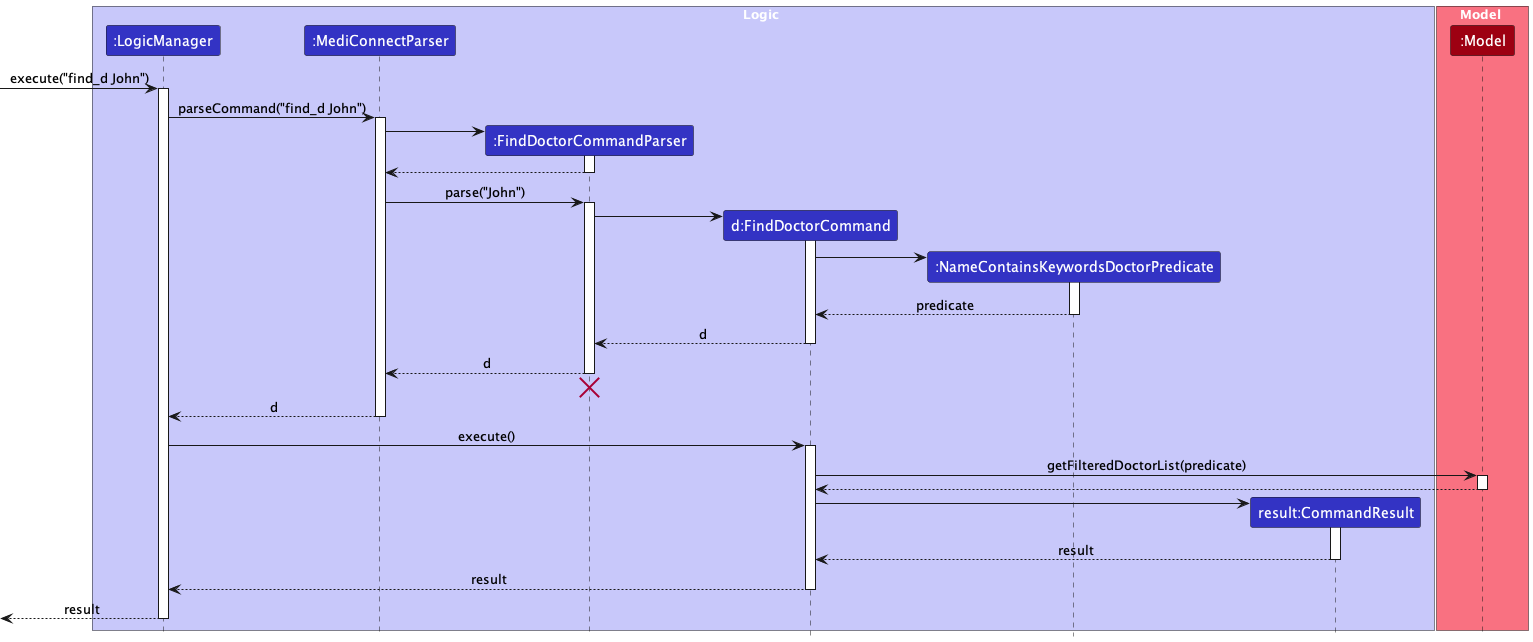
The PlantUML diagram docs/images/FindDoctorSequence.png in yanghengtang/tp, before a commit.
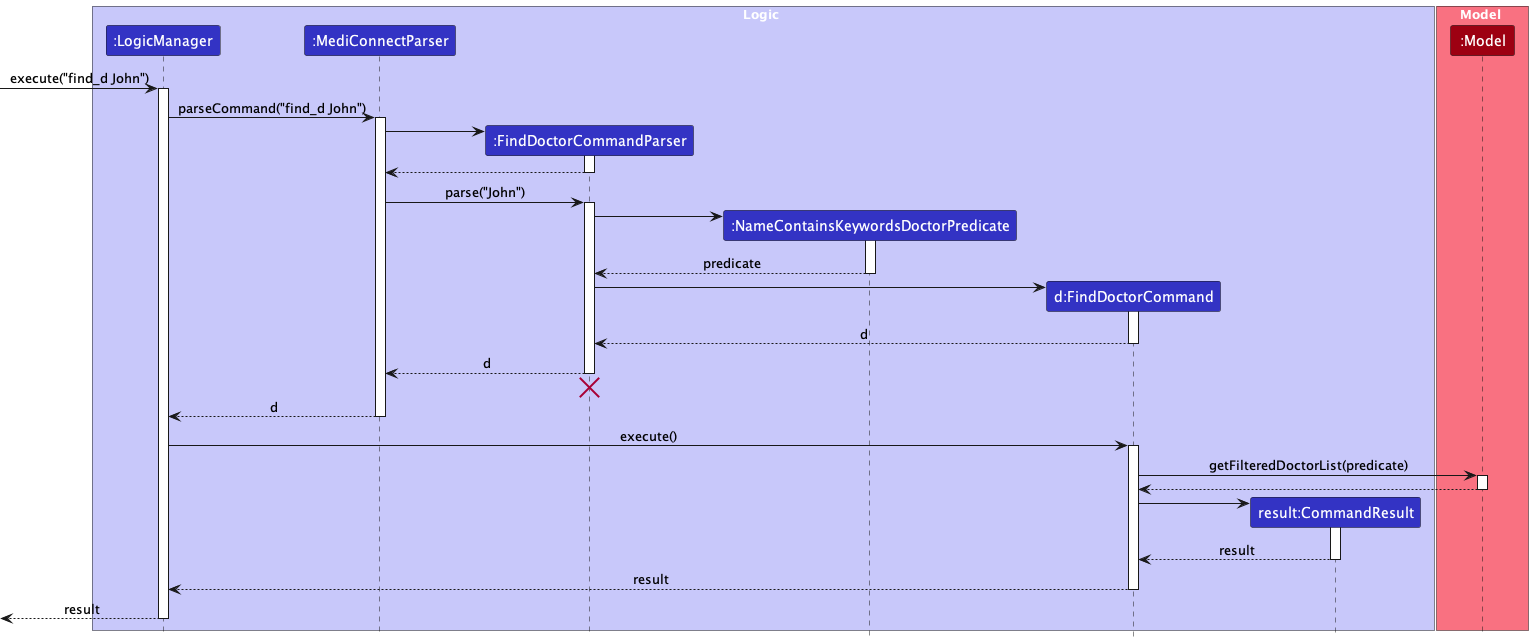
After the commit.

Commit message:
Update FindDoctorSequence Diagram

What changed in the source:
```diff
@@ -6,8 +6,8 @@
 participant ":LogicManager" as LogicManager LOGIC_COLOR
 participant ":MediConnectParser" as MediConnectParser LOGIC_COLOR
 participant ":FindDoctorCommandParser" as FindDoctorCommandParser LOGIC_COLOR
+participant ":NameContainsKeywordsDoctorPredicate" as NameContainsKeywordsDoctorPredicate LOGIC_COLOR
 participant "d:FindDoctorCommand" as FindDoctorCommand LOGIC_COLOR
-participant ":NameContainsKeywordsDoctorPredicate" as NameContainsKeywordsDoctorPredicate LOGIC_COLOR
 participant "result:CommandResult" as CommandResult LOGIC_COLOR
 end box
 
@@ -32,15 +32,16 @@
 MediConnectParser -> FindDoctorCommandParser : parse("John")
 activate FindDoctorCommandParser
 
+create NameContainsKeywordsDoctorPredicate
+FindDoctorCommandParser -> NameContainsKeywordsDoctorPredicate
+activate NameContainsKeywordsDoctorPredicate
+NameContainsKeywordsDoctorPredicate --> FindDoctorCommandParser : predicate
+deactivate NameContainsKeywordsDoctorPredicate
+
 create FindDoctorCommand
 FindDoctorCommandParser -> FindDoctorCommand :
 activate FindDoctorCommand
 
-create NameContainsKeywordsDoctorPredicate
-FindDoctorCommand -> NameContainsKeywordsDoctorPredicate
-activate NameContainsKeywordsDoctorPredicate
-NameContainsKeywordsDoctorPredicate --> FindDoctorCommand : predicate
-deactivate NameContainsKeywordsDoctorPredicate
 
 
 FindDoctorCommand --> FindDoctorCommandParser : d
```
